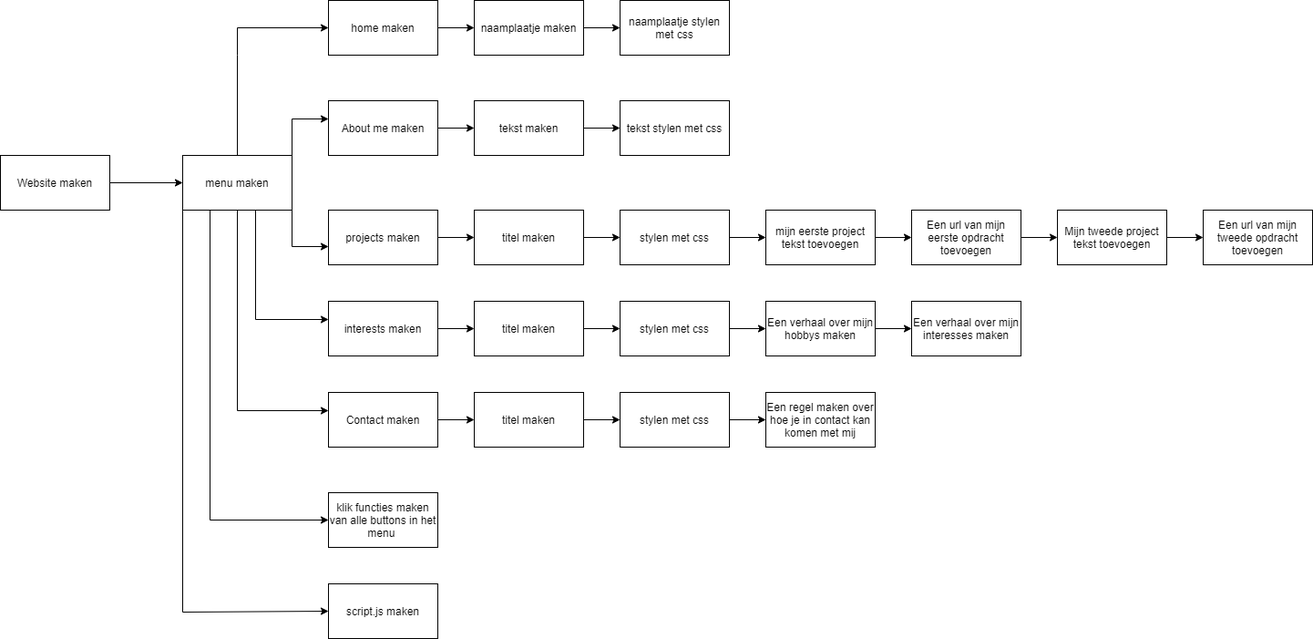
Above: 01-Challenge/Taak02-Ontwerpen/student-boomstructuur.drawio.png in KevinZ2004/Challenge-Portfolio (draw.io), before the change. Source tidied: cells renumbered, new cells last; positions are measured from the earlier drawing's top-left corner, leaving out a move shared by most shapes.
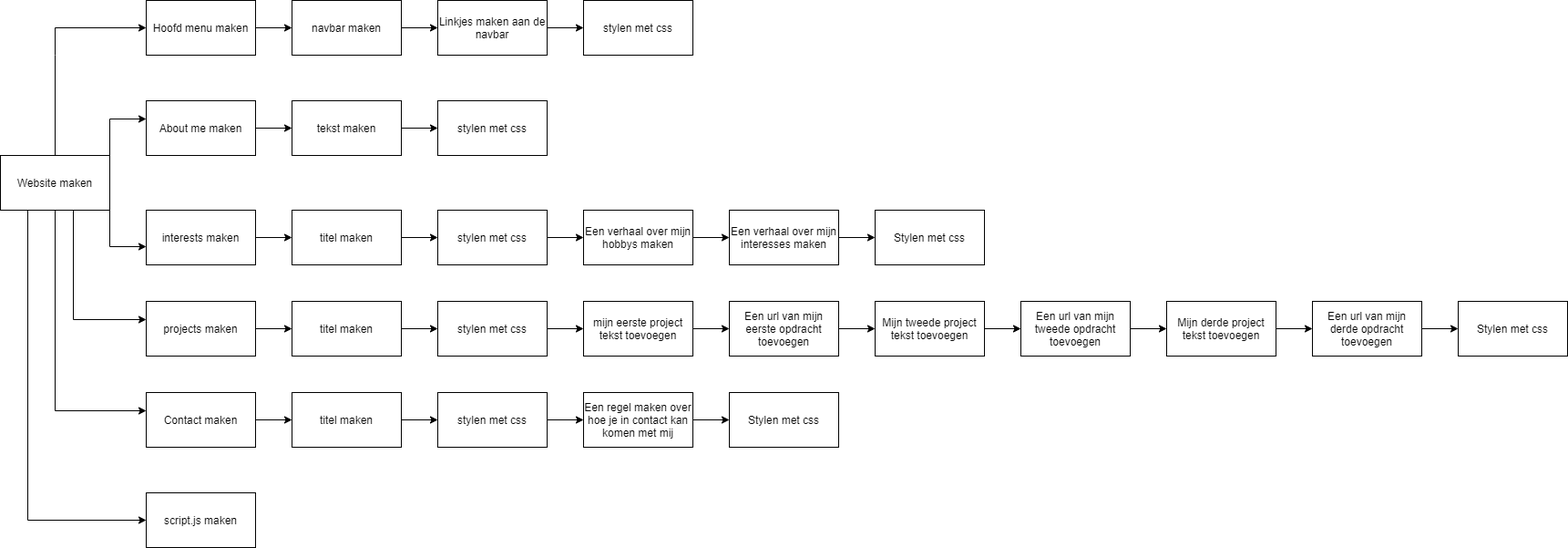
The same file after the commit.

Diff of the diagram source:
```diff
@@ -2,14 +2,6 @@
   <root>
     <mxCell id="0" />
     <mxCell id="1" parent="0" />
-    <mxCell id="2" style="edgeStyle=orthogonalEdgeStyle;rounded=0;jettySize=auto;html=1;" parent="1" edge="1" source="3">
-      <mxGeometry relative="1" as="geometry">
-        <mxPoint x="200" y="200" as="targetPoint" />
-      </mxGeometry>
-    </mxCell>
-    <mxCell id="3" value="Website maken" style="rounded=0;whiteSpace=wrap;html=1;" parent="1" vertex="1">
-      <mxGeometry y="170" width="120" height="60" as="geometry" />
-    </mxCell>
     <mxCell id="4" style="edgeStyle=orthogonalEdgeStyle;rounded=0;jettySize=auto;html=1;" parent="1" edge="1" source="11">
       <mxGeometry relative="1" as="geometry">
         <mxPoint x="360" y="30" as="targetPoint" />
@@ -59,14 +51,7 @@
         </Array>
       </mxGeometry>
     </mxCell>
-    <mxCell id="10" style="edgeStyle=none;rounded=0;jettySize=auto;html=1;exitX=0;exitY=1;exitDx=0;exitDy=0;entryX=0;entryY=0.5;entryDx=0;entryDy=0;" parent="1" edge="1" source="11" target="53">
-      <mxGeometry relative="1" as="geometry">
-        <Array as="points">
-          <mxPoint x="200" y="671" />
-        </Array>
-      </mxGeometry>
-    </mxCell>
-    <mxCell id="11" value="menu maken" style="whiteSpace=wrap;html=1;" parent="1" vertex="1">
+    <mxCell id="11" value="Website maken" style="whiteSpace=wrap;html=1;" parent="1" vertex="1">
       <mxGeometry x="200" y="170" width="120" height="60" as="geometry" />
     </mxCell>
     <mxCell id="12" style="edgeStyle=none;rounded=0;jettySize=auto;html=1;" parent="1" edge="1" source="13">
@@ -74,7 +59,7 @@
         <mxPoint x="520" y="30" as="targetPoint" />
       </mxGeometry>
     </mxCell>
-    <mxCell id="13" value="home maken" style="whiteSpace=wrap;html=1;" parent="1" vertex="1">
+    <mxCell id="13" value="Hoofd menu maken" style="whiteSpace=wrap;html=1;" parent="1" vertex="1">
       <mxGeometry x="360" width="120" height="60" as="geometry" />
     </mxCell>
     <mxCell id="14" style="edgeStyle=none;rounded=0;jettySize=auto;html=1;" parent="1" edge="1" source="15">
@@ -85,21 +70,17 @@
     <mxCell id="15" value="About me maken" style="whiteSpace=wrap;html=1;" parent="1" vertex="1">
       <mxGeometry x="360" y="110" width="120" height="60" as="geometry" />
     </mxCell>
-    <mxCell id="16" style="edgeStyle=none;rounded=0;jettySize=auto;html=1;" parent="1" edge="1" source="17">
-      <mxGeometry relative="1" as="geometry">
-        <mxPoint x="520" y="260" as="targetPoint" />
-      </mxGeometry>
-    </mxCell>
+    <mxCell id="54" style="edgeStyle=orthogonalEdgeStyle;rounded=0;jettySize=auto;html=1;entryX=0;entryY=0.5;entryDx=0;entryDy=0;" parent="1" edge="1" source="17" target="40">
+      <mxGeometry relative="1" as="geometry" />
+    </mxCell>
     <mxCell id="17" value="projects maken" style="whiteSpace=wrap;html=1;" parent="1" vertex="1">
-      <mxGeometry x="360" y="230" width="120" height="60" as="geometry" />
+      <mxGeometry x="360" y="330" width="120" height="60" as="geometry" />
     </mxCell>
-    <mxCell id="18" style="edgeStyle=none;rounded=0;jettySize=auto;html=1;" parent="1" edge="1" source="19">
-      <mxGeometry relative="1" as="geometry">
-        <mxPoint x="520" y="360" as="targetPoint" />
-      </mxGeometry>
-    </mxCell>
+    <mxCell id="55" style="edgeStyle=orthogonalEdgeStyle;rounded=0;jettySize=auto;html=1;entryX=0;entryY=0.5;entryDx=0;entryDy=0;" parent="1" edge="1" source="19" target="29">
+      <mxGeometry relative="1" as="geometry" />
+    </mxCell>
     <mxCell id="19" value="interests maken" style="whiteSpace=wrap;html=1;" parent="1" vertex="1">
-      <mxGeometry x="360" y="330" width="120" height="60" as="geometry" />
+      <mxGeometry x="360" y="230" width="120" height="60" as="geometry" />
     </mxCell>
     <mxCell id="20" style="edgeStyle=none;rounded=0;jettySize=auto;html=1;" parent="1" edge="1" source="21">
       <mxGeometry relative="1" as="geometry">
@@ -114,11 +95,11 @@
         <mxPoint x="680" y="30" as="targetPoint" />
       </mxGeometry>
     </mxCell>
-    <mxCell id="23" value="naamplaatje maken" style="whiteSpace=wrap;html=1;" parent="1" vertex="1">
+    <mxCell id="23" value="navbar maken&lt;br&gt;" style="whiteSpace=wrap;html=1;" parent="1" vertex="1">
       <mxGeometry x="520" width="120" height="60" as="geometry" />
     </mxCell>
-    <mxCell id="24" value="naamplaatje stylen met css" style="whiteSpace=wrap;html=1;" parent="1" vertex="1">
-      <mxGeometry x="680" width="120" height="60" as="geometry" />
+    <mxCell id="24" value="stylen met css" style="whiteSpace=wrap;html=1;" parent="1" vertex="1">
+      <mxGeometry x="840" width="120" height="60" as="geometry" />
     </mxCell>
     <mxCell id="25" style="edgeStyle=none;rounded=0;jettySize=auto;html=1;" parent="1" edge="1" source="26">
       <mxGeometry relative="1" as="geometry">
@@ -128,7 +109,7 @@
     <mxCell id="26" value="tekst maken&lt;br&gt;" style="whiteSpace=wrap;html=1;" parent="1" vertex="1">
       <mxGeometry x="520" y="110" width="120" height="60" as="geometry" />
     </mxCell>
-    <mxCell id="27" value="tekst stylen met css" style="whiteSpace=wrap;html=1;" parent="1" vertex="1">
+    <mxCell id="27" value="stylen met css" style="whiteSpace=wrap;html=1;" parent="1" vertex="1">
       <mxGeometry x="680" y="110" width="120" height="60" as="geometry" />
     </mxCell>
     <mxCell id="28" style="edgeStyle=none;rounded=0;jettySize=auto;html=1;" parent="1" edge="1" source="29">
@@ -147,32 +128,29 @@
     <mxCell id="31" value="stylen met css" style="whiteSpace=wrap;html=1;" parent="1" vertex="1">
       <mxGeometry x="680" y="230" width="120" height="60" as="geometry" />
     </mxCell>
-    <mxCell id="32" style="edgeStyle=none;rounded=0;jettySize=auto;html=1;" parent="1" edge="1" source="33">
-      <mxGeometry relative="1" as="geometry">
-        <mxPoint x="1000" y="260" as="targetPoint" />
-      </mxGeometry>
-    </mxCell>
+    <mxCell id="56" style="edgeStyle=orthogonalEdgeStyle;rounded=0;jettySize=auto;html=1;entryX=0;entryY=0.5;entryDx=0;entryDy=0;" parent="1" edge="1" source="33" target="35">
+      <mxGeometry relative="1" as="geometry" />
+    </mxCell>
     <mxCell id="33" value="mijn eerste project tekst toevoegen" style="whiteSpace=wrap;html=1;" parent="1" vertex="1">
-      <mxGeometry x="840" y="230" width="120" height="60" as="geometry" />
+      <mxGeometry x="840" y="330" width="120" height="60" as="geometry" />
     </mxCell>
-    <mxCell id="34" style="edgeStyle=none;rounded=0;jettySize=auto;html=1;" parent="1" edge="1" source="35">
-      <mxGeometry relative="1" as="geometry">
-        <mxPoint x="1160" y="260" as="targetPoint" />
-      </mxGeometry>
-    </mxCell>
+    <mxCell id="57" style="edgeStyle=orthogonalEdgeStyle;rounded=0;jettySize=auto;html=1;entryX=0;entryY=0.5;entryDx=0;entryDy=0;" parent="1" edge="1" source="35" target="37">
+      <mxGeometry relative="1" as="geometry" />
+    </mxCell>
     <mxCell id="35" value="Een url van mijn eerste opdracht toevoegen" style="whiteSpace=wrap;html=1;" parent="1" vertex="1">
-      <mxGeometry x="1000" y="230" width="120" height="60" as="geometry" />
+      <mxGeometry x="1000" y="330" width="120" height="60" as="geometry" />
     </mxCell>
-    <mxCell id="36" style="edgeStyle=none;rounded=0;jettySize=auto;html=1;" parent="1" edge="1" source="37">
-      <mxGeometry relative="1" as="geometry">
-        <mxPoint x="1320" y="260" as="targetPoint" />
-      </mxGeometry>
-    </mxCell>
+    <mxCell id="58" style="edgeStyle=orthogonalEdgeStyle;rounded=0;jettySize=auto;html=1;entryX=0;entryY=0.5;entryDx=0;entryDy=0;" parent="1" edge="1" source="37" target="38">
+      <mxGeometry relative="1" as="geometry" />
+    </mxCell>
     <mxCell id="37" value="Mijn tweede project tekst toevoegen" style="whiteSpace=wrap;html=1;" parent="1" vertex="1">
-      <mxGeometry x="1160" y="230" width="120" height="60" as="geometry" />
+      <mxGeometry x="1160" y="330" width="120" height="60" as="geometry" />
     </mxCell>
+    <mxCell id="59" style="edgeStyle=orthogonalEdgeStyle;rounded=0;jettySize=auto;html=1;entryX=0;entryY=0.5;entryDx=0;entryDy=0;" parent="1" edge="1" source="38" target="64">
+      <mxGeometry relative="1" as="geometry" />
+    </mxCell>
     <mxCell id="38" value="Een url van mijn tweede opdracht toevoegen" style="whiteSpace=wrap;html=1;" parent="1" vertex="1">
-      <mxGeometry x="1320" y="230" width="120" height="60" as="geometry" />
+      <mxGeometry x="1320" y="330" width="120" height="60" as="geometry" />
     </mxCell>
     <mxCell id="39" style="edgeStyle=none;rounded=0;jettySize=auto;html=1;" parent="1" edge="1" source="40">
       <mxGeometry relative="1" as="geometry">
@@ -190,16 +168,17 @@
     <mxCell id="42" value="stylen met css" style="whiteSpace=wrap;html=1;" parent="1" vertex="1">
       <mxGeometry x="680" y="330" width="120" height="60" as="geometry" />
     </mxCell>
-    <mxCell id="43" style="edgeStyle=none;rounded=0;jettySize=auto;html=1;" parent="1" edge="1" source="44">
-      <mxGeometry relative="1" as="geometry">
-        <mxPoint x="1000" y="360" as="targetPoint" />
-      </mxGeometry>
-    </mxCell>
+    <mxCell id="60" style="edgeStyle=orthogonalEdgeStyle;rounded=0;jettySize=auto;html=1;entryX=0;entryY=0.5;entryDx=0;entryDy=0;" parent="1" edge="1" source="44" target="45">
+      <mxGeometry relative="1" as="geometry" />
+    </mxCell>
     <mxCell id="44" value="Een verhaal over mijn hobbys maken" style="whiteSpace=wrap;html=1;" parent="1" vertex="1">
-      <mxGeometry x="840" y="330" width="120" height="60" as="geometry" />
+      <mxGeometry x="840" y="230" width="120" height="60" as="geometry" />
     </mxCell>
+    <mxCell id="61" style="edgeStyle=orthogonalEdgeStyle;rounded=0;jettySize=auto;html=1;entryX=0;entryY=0.5;entryDx=0;entryDy=0;" parent="1" edge="1" source="45" target="67">
+      <mxGeometry relative="1" as="geometry" />
+    </mxCell>
     <mxCell id="45" value="Een verhaal over mijn interesses maken" style="whiteSpace=wrap;html=1;" parent="1" vertex="1">
-      <mxGeometry x="1000" y="330" width="120" height="60" as="geometry" />
+      <mxGeometry x="1000" y="230" width="120" height="60" as="geometry" />
     </mxCell>
     <mxCell id="46" style="edgeStyle=none;rounded=0;jettySize=auto;html=1;" parent="1" edge="1" source="47">
       <mxGeometry relative="1" as="geometry">
@@ -217,17 +196,46 @@
     <mxCell id="49" value="stylen met css" style="whiteSpace=wrap;html=1;" parent="1" vertex="1">
       <mxGeometry x="680" y="430" width="120" height="60" as="geometry" />
     </mxCell>
+    <mxCell id="62" style="edgeStyle=orthogonalEdgeStyle;rounded=0;jettySize=auto;html=1;" parent="1" edge="1" source="50">
+      <mxGeometry relative="1" as="geometry">
+        <mxPoint x="1000" y="460" as="targetPoint" />
+      </mxGeometry>
+    </mxCell>
     <mxCell id="50" value="Een regel maken over hoe je in contact kan komen met mij" style="whiteSpace=wrap;html=1;" parent="1" vertex="1">
       <mxGeometry x="840" y="430" width="120" height="60" as="geometry" />
     </mxCell>
-    <mxCell id="51" value="klik functies maken van alle buttons in het menu&amp;nbsp;" style="whiteSpace=wrap;html=1;" parent="1" vertex="1">
+    <mxCell id="51" value="script.js maken" style="whiteSpace=wrap;html=1;" parent="1" vertex="1">
       <mxGeometry x="360" y="540" width="120" height="60" as="geometry" />
     </mxCell>
     <mxCell id="52" style="edgeStyle=none;rounded=0;orthogonalLoop=1;jettySize=auto;html=1;entryX=0.5;entryY=1;entryDx=0;entryDy=0;" parent="1" edge="1" source="11" target="11">
       <mxGeometry relative="1" as="geometry" />
     </mxCell>
-    <mxCell id="53" value="script.js maken" style="whiteSpace=wrap;html=1;" parent="1" vertex="1">
-      <mxGeometry x="360" y="640" width="120" height="60" as="geometry" />
-    </mxCell>
+    <mxCell id="63" style="edgeStyle=orthogonalEdgeStyle;rounded=0;jettySize=auto;html=1;entryX=0;entryY=0.5;entryDx=0;entryDy=0;" parent="1" edge="1" source="64" target="66">
+      <mxGeometry relative="1" as="geometry" />
+    </mxCell>
+    <mxCell id="64" value="Mijn derde project tekst toevoegen" style="rounded=0;whiteSpace=wrap;html=1;" parent="1" vertex="1">
+      <mxGeometry x="1480" y="330" width="120" height="60" as="geometry" />
+    </mxCell>
+    <mxCell id="65" style="edgeStyle=orthogonalEdgeStyle;rounded=0;jettySize=auto;html=1;entryX=0;entryY=0.5;entryDx=0;entryDy=0;" parent="1" edge="1" source="66" target="68">
+      <mxGeometry relative="1" as="geometry" />
+    </mxCell>
+    <mxCell id="66" value="Een url van mijn derde opdracht toevoegen" style="rounded=0;whiteSpace=wrap;html=1;" parent="1" vertex="1">
+      <mxGeometry x="1640" y="330" width="120" height="60" as="geometry" />
+    </mxCell>
+    <mxCell id="67" value="Stylen met css" style="rounded=0;whiteSpace=wrap;html=1;" parent="1" vertex="1">
+      <mxGeometry x="1160" y="230" width="120" height="60" as="geometry" />
+    </mxCell>
+    <mxCell id="68" value="Stylen met css" style="rounded=0;whiteSpace=wrap;html=1;" parent="1" vertex="1">
+      <mxGeometry x="1800" y="330" width="120" height="60" as="geometry" />
+    </mxCell>
+    <mxCell id="69" value="Stylen met css" style="rounded=0;whiteSpace=wrap;html=1;" parent="1" vertex="1">
+      <mxGeometry x="1000" y="430" width="120" height="60" as="geometry" />
+    </mxCell>
+    <mxCell id="70" style="edgeStyle=orthogonalEdgeStyle;rounded=0;jettySize=auto;html=1;entryX=0;entryY=0.5;entryDx=0;entryDy=0;" parent="1" edge="1" source="71" target="24">
+      <mxGeometry relative="1" as="geometry" />
+    </mxCell>
+    <mxCell id="71" value="Linkjes maken aan de navbar" style="rounded=0;whiteSpace=wrap;html=1;" parent="1" vertex="1">
+      <mxGeometry x="680" width="120" height="60" as="geometry" />
+    </mxCell>
   </root>
 </mxGraphModel>
```
